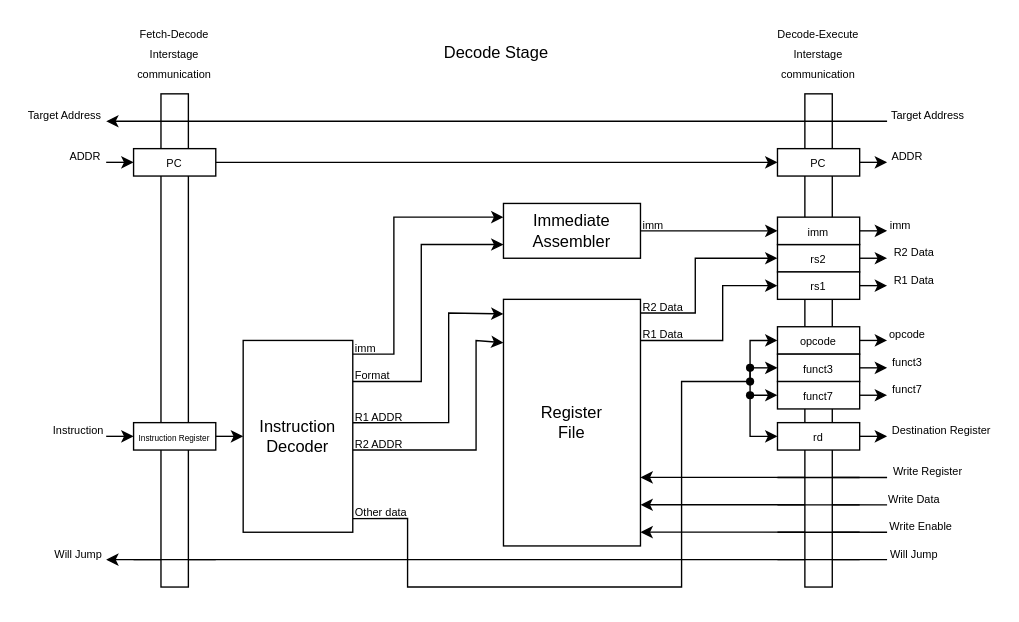
This is page "Decode stage" (3 of 6) of docs/imgs/microarchitecture/datapath.drawio from WachirawichN/C0-CPU, a draw.io file, before an edit. Source tidied: cells renumbered, new cells numbered last; positions are measured from the earlier drawing's top-left corner, leaving out a move shared by most shapes. Both pictures are drawn from the tidied source at 137%, with x=0, y=0 at pixel (23, 25).
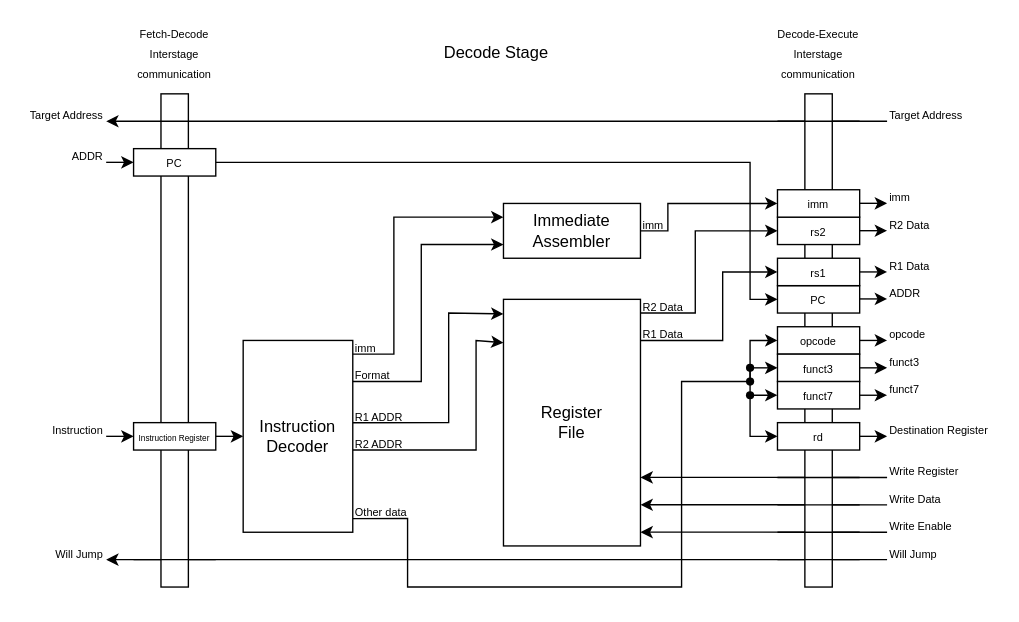
After the change.

The change refers to these unchanged cells:
```xml
<mxCell id="38" value="&lt;div&gt;Immediate&lt;/div&gt;&lt;div&gt;Assembler&lt;/div&gt;" style="rounded=0;whiteSpace=wrap;html=1;strokeColor=light-dark(#000000,#FFFFFF);fillColor=light-dark(#FFFFFF,#000000);" parent="1" vertex="1">
  <mxGeometry x="350" y="130" width="100" height="40" as="geometry" />
</mxCell>
<mxCell id="42" value="&lt;font style=&quot;font-size: 8px;&quot;&gt;R2 Data&lt;/font&gt;" style="text;html=1;whiteSpace=wrap;strokeColor=none;fillColor=none;align=left;verticalAlign=middle;rounded=0;" parent="1" vertex="1">
  <mxGeometry x="450" y="200" width="40" height="10" as="geometry" />
</mxCell>
<mxCell id="60" value="&lt;font style=&quot;font-size: 8px;&quot;&gt;PC&lt;/font&gt;" style="rounded=0;whiteSpace=wrap;html=1;strokeColor=light-dark(#000000,#FFFFFF);fillColor=light-dark(#FFFFFF,#000000);" parent="55" vertex="1">
  <mxGeometry x="10" y="90" width="60" height="20" as="geometry" />
</mxCell>
<mxCell id="63" style="group;" parent="1" vertex="1">
  <mxGeometry x="540" width="80" height="410" as="geometry" />
</mxCell>
```

What changed in the source:
```diff
@@
-    <mxCell id="8" style="endArrow=classic;html=1;rounded=0;entryX=0;entryY=0.5;entryDx=0;entryDy=0;exitX=0;exitY=1;exitDx=0;exitDy=0;" parent="1" edge="1" source="42" target="69">
+    <mxCell id="8" style="endArrow=classic;html=1;rounded=0;exitX=0;exitY=1;exitDx=0;exitDy=0;" parent="1" edge="1" source="42">
       <mxGeometry relative="1" as="geometry">
+        <mxPoint x="550" y="150" as="targetPoint" />
         <Array as="points">
           <mxPoint x="490" y="210" />
-          <mxPoint x="490" y="170" />
+          <mxPoint x="490" y="150" />
         </Array>
       </mxGeometry>
     </mxCell>
     <mxCell id="9" style="endArrow=classic;html=1;rounded=0;entryX=0;entryY=0.5;entryDx=0;entryDy=0;exitX=1;exitY=0.5;exitDx=0;exitDy=0;" parent="1" edge="1" source="38" target="70">
       <mxGeometry relative="1" as="geometry">
         <Array as="points">
           <mxPoint x="470" y="150" />
+          <mxPoint x="470" y="130" />
         </Array>
       </mxGeometry>
     </mxCell>
-    <mxCell id="10" style="edgeStyle=orthogonalEdgeStyle;rounded=0;jettySize=auto;html=1;entryX=0;entryY=0.5;entryDx=0;entryDy=0;exitX=1;exitY=0.5;exitDx=0;exitDy=0;" parent="1" edge="1" source="60" target="72">
-      <mxGeometry relative="1" as="geometry" />
+    <mxCell id="10" style="edgeStyle=orthogonalEdgeStyle;rounded=0;jettySize=auto;html=1;exitX=1;exitY=0.5;exitDx=0;exitDy=0;entryX=0;entryY=0.5;entryDx=0;entryDy=0;" parent="1" edge="1" source="60" target="72">
+      <mxGeometry relative="1" as="geometry">
+        <Array as="points">
+          <mxPoint x="530" y="100" />
+          <mxPoint x="530" y="200" />
+        </Array>
+      </mxGeometry>
     </mxCell>
@@
     <mxCell id="15" style="edgeStyle=orthogonalEdgeStyle;rounded=0;jettySize=auto;html=1;entryX=0;entryY=1;entryDx=0;entryDy=0;" parent="1" edge="1" target="22">
       <mxGeometry relative="1" as="geometry">
-        <mxPoint x="610" y="170" as="sourcePoint" />
+        <mxPoint x="610" y="149.9" as="sourcePoint" />
       </mxGeometry>
     </mxCell>
     <mxCell id="16" style="edgeStyle=orthogonalEdgeStyle;rounded=0;jettySize=auto;html=1;entryX=0;entryY=1;entryDx=0;entryDy=0;" parent="1" edge="1" target="21">
       <mxGeometry relative="1" as="geometry">
-        <mxPoint x="610" y="150" as="sourcePoint" />
+        <mxPoint x="610" y="129.9" as="sourcePoint" />
       </mxGeometry>
     </mxCell>
-    <mxCell id="17" value="&lt;font style=&quot;font-size: 8px;&quot;&gt;Target Address&lt;/font&gt;" style="text;html=1;whiteSpace=wrap;strokeColor=none;fillColor=none;align=center;verticalAlign=middle;rounded=0;" parent="1" vertex="1">
+    <mxCell id="17" value="&lt;font style=&quot;font-size: 8px;&quot;&gt;Target Address&lt;/font&gt;" style="text;html=1;whiteSpace=wrap;strokeColor=none;fillColor=none;align=left;verticalAlign=middle;rounded=0;" parent="1" vertex="1">
       <mxGeometry x="630" y="60" width="60" height="10" as="geometry" />
     </mxCell>
-    <mxCell id="18" value="&lt;font style=&quot;font-size: 8px;&quot;&gt;Write Register&lt;/font&gt;" style="text;html=1;whiteSpace=wrap;strokeColor=none;fillColor=none;align=center;verticalAlign=middle;rounded=0;" parent="1" vertex="1">
+    <mxCell id="18" value="&lt;font style=&quot;font-size: 8px;&quot;&gt;Write Register&lt;/font&gt;" style="text;html=1;whiteSpace=wrap;strokeColor=none;fillColor=none;align=left;verticalAlign=middle;rounded=0;" parent="1" vertex="1">
       <mxGeometry x="630" y="320" width="60" height="10" as="geometry" />
     </mxCell>
-    <mxCell id="19" value="&lt;font style=&quot;font-size: 8px;&quot;&gt;Write Data&lt;/font&gt;" style="text;html=1;whiteSpace=wrap;strokeColor=none;fillColor=none;align=center;verticalAlign=middle;rounded=0;" parent="1" vertex="1">
+    <mxCell id="19" value="&lt;font style=&quot;font-size: 8px;&quot;&gt;Write Data&lt;/font&gt;" style="text;html=1;whiteSpace=wrap;strokeColor=none;fillColor=none;align=left;verticalAlign=middle;rounded=0;" parent="1" vertex="1">
       <mxGeometry x="630" y="340" width="40" height="10" as="geometry" />
     </mxCell>
-    <mxCell id="20" value="&lt;font style=&quot;font-size: 8px;&quot;&gt;Write Enable&lt;/font&gt;" style="text;html=1;whiteSpace=wrap;strokeColor=none;fillColor=none;align=center;verticalAlign=middle;rounded=0;" parent="1" vertex="1">
+    <mxCell id="20" value="&lt;font style=&quot;font-size: 8px;&quot;&gt;Write Enable&lt;/font&gt;" style="text;html=1;whiteSpace=wrap;strokeColor=none;fillColor=none;align=left;verticalAlign=middle;rounded=0;" parent="1" vertex="1">
       <mxGeometry x="630" y="360" width="50" height="10" as="geometry" />
     </mxCell>
-    <mxCell id="21" value="&lt;font style=&quot;font-size: 8px;&quot;&gt;imm&lt;/font&gt;" style="text;html=1;whiteSpace=wrap;strokeColor=none;fillColor=none;align=center;verticalAlign=middle;rounded=0;" parent="1" vertex="1">
-      <mxGeometry x="630" y="140" width="20" height="10" as="geometry" />
+    <mxCell id="21" value="&lt;font style=&quot;font-size: 8px;&quot;&gt;imm&lt;/font&gt;" style="text;html=1;whiteSpace=wrap;strokeColor=none;fillColor=none;align=left;verticalAlign=middle;rounded=0;" parent="1" vertex="1">
+      <mxGeometry x="630" y="119.9" width="20" height="10" as="geometry" />
     </mxCell>
-    <mxCell id="22" value="&lt;font style=&quot;font-size: 8px;&quot;&gt;R2 Data&lt;/font&gt;" style="text;html=1;whiteSpace=wrap;strokeColor=none;fillColor=none;align=center;verticalAlign=middle;rounded=0;" parent="1" vertex="1">
-      <mxGeometry x="630" y="160" width="40" height="10" as="geometry" />
+    <mxCell id="22" value="&lt;font style=&quot;font-size: 8px;&quot;&gt;R2 Data&lt;/font&gt;" style="text;html=1;whiteSpace=wrap;strokeColor=none;fillColor=none;align=left;verticalAlign=middle;rounded=0;" parent="1" vertex="1">
+      <mxGeometry x="630" y="139.9" width="40" height="10" as="geometry" />
     </mxCell>
-    <mxCell id="23" value="&lt;font style=&quot;font-size: 8px;&quot;&gt;opcode&lt;/font&gt;" style="text;html=1;whiteSpace=wrap;strokeColor=none;fillColor=none;align=center;verticalAlign=middle;rounded=0;" parent="1" vertex="1">
+    <mxCell id="23" value="&lt;font style=&quot;font-size: 8px;&quot;&gt;opcode&lt;/font&gt;" style="text;html=1;whiteSpace=wrap;strokeColor=none;fillColor=none;align=left;verticalAlign=middle;rounded=0;" parent="1" vertex="1">
       <mxGeometry x="630" y="220" width="30" height="10" as="geometry" />
     </mxCell>
-    <mxCell id="24" value="&lt;font style=&quot;font-size: 8px;&quot;&gt;funct3&lt;/font&gt;" style="text;html=1;whiteSpace=wrap;strokeColor=none;fillColor=none;align=center;verticalAlign=middle;rounded=0;" parent="1" vertex="1">
+    <mxCell id="24" value="&lt;font style=&quot;font-size: 8px;&quot;&gt;funct3&lt;/font&gt;" style="text;html=1;whiteSpace=wrap;strokeColor=none;fillColor=none;align=left;verticalAlign=middle;rounded=0;" parent="1" vertex="1">
       <mxGeometry x="630" y="240" width="30" height="10" as="geometry" />
     </mxCell>
-    <mxCell id="25" value="&lt;font style=&quot;font-size: 8px;&quot;&gt;funct7&lt;/font&gt;" style="text;html=1;whiteSpace=wrap;strokeColor=none;fillColor=none;align=center;verticalAlign=middle;rounded=0;" parent="1" vertex="1">
+    <mxCell id="25" value="&lt;font style=&quot;font-size: 8px;&quot;&gt;funct7&lt;/font&gt;" style="text;html=1;whiteSpace=wrap;strokeColor=none;fillColor=none;align=left;verticalAlign=middle;rounded=0;" parent="1" vertex="1">
       <mxGeometry x="630" y="260" width="30" height="10" as="geometry" />
     </mxCell>
-    <mxCell id="26" value="&lt;font style=&quot;font-size: 8px;&quot;&gt;Destination Register&lt;/font&gt;" style="text;html=1;whiteSpace=wrap;strokeColor=none;fillColor=none;align=center;verticalAlign=middle;rounded=0;" parent="1" vertex="1">
+    <mxCell id="26" value="&lt;font style=&quot;font-size: 8px;&quot;&gt;Destination Register&lt;/font&gt;" style="text;html=1;whiteSpace=wrap;strokeColor=none;fillColor=none;align=left;verticalAlign=middle;rounded=0;" parent="1" vertex="1">
       <mxGeometry x="630" y="290" width="80" height="10" as="geometry" />
     </mxCell>
@@
-    <mxCell id="28" value="&lt;font style=&quot;font-size: 8px;&quot;&gt;Instruction&lt;/font&gt;" style="text;html=1;whiteSpace=wrap;strokeColor=none;fillColor=none;align=center;verticalAlign=middle;rounded=0;" parent="1" vertex="1">
+    <mxCell id="28" value="&lt;font style=&quot;font-size: 8px;&quot;&gt;Instruction&lt;/font&gt;" style="text;html=1;whiteSpace=wrap;strokeColor=none;fillColor=none;align=right;verticalAlign=middle;rounded=0;" parent="1" vertex="1">
       <mxGeometry x="20" y="290" width="40" height="10" as="geometry" />
     </mxCell>
-    <mxCell id="29" value="&lt;font style=&quot;font-size: 8px;&quot;&gt;Target Address&lt;/font&gt;" style="text;html=1;whiteSpace=wrap;strokeColor=none;fillColor=none;align=center;verticalAlign=middle;rounded=0;" parent="1" vertex="1">
+    <mxCell id="29" value="&lt;font style=&quot;font-size: 8px;&quot;&gt;Target Address&lt;/font&gt;" style="text;html=1;whiteSpace=wrap;strokeColor=none;fillColor=none;align=right;verticalAlign=middle;rounded=0;" parent="1" vertex="1">
       <mxGeometry y="60" width="60" height="10" as="geometry" />
     </mxCell>
@@
     <mxCell id="43" style="endArrow=classic;html=1;rounded=0;entryX=0;entryY=0.5;entryDx=0;entryDy=0;exitX=0;exitY=0;exitDx=0;exitDy=0;" parent="1" edge="1" target="73">
       <mxGeometry relative="1" as="geometry">
         <mxPoint x="450" y="230" as="sourcePoint" />
         <Array as="points">
           <mxPoint x="510" y="230" />
-          <mxPoint x="510" y="190" />
+          <mxPoint x="510" y="180" />
         </Array>
       </mxGeometry>
     </mxCell>
     <mxCell id="44" style="edgeStyle=orthogonalEdgeStyle;rounded=0;jettySize=auto;html=1;entryX=0;entryY=1;entryDx=0;entryDy=0;" parent="1" edge="1" target="45">
       <mxGeometry relative="1" as="geometry">
-        <mxPoint x="610" y="100" as="sourcePoint" />
+        <mxPoint x="610" y="199.7" as="sourcePoint" />
       </mxGeometry>
     </mxCell>
-    <mxCell id="45" value="&lt;font style=&quot;font-size: 8px;&quot;&gt;ADDR&lt;/font&gt;" style="text;html=1;whiteSpace=wrap;strokeColor=none;fillColor=none;align=center;verticalAlign=middle;rounded=0;" parent="1" vertex="1">
-      <mxGeometry x="630" y="90" width="30" height="10" as="geometry" />
+    <mxCell id="45" value="&lt;font style=&quot;font-size: 8px;&quot;&gt;ADDR&lt;/font&gt;" style="text;html=1;whiteSpace=wrap;strokeColor=none;fillColor=none;align=left;verticalAlign=middle;rounded=0;" parent="1" vertex="1">
+      <mxGeometry x="630" y="189.7" width="30" height="10" as="geometry" />
     </mxCell>
     <mxCell id="46" style="edgeStyle=orthogonalEdgeStyle;rounded=0;jettySize=auto;html=1;entryX=0;entryY=1;entryDx=0;entryDy=0;" parent="1" edge="1" target="47">
       <mxGeometry relative="1" as="geometry">
-        <mxPoint x="610" y="190" as="sourcePoint" />
+        <mxPoint x="610" y="180" as="sourcePoint" />
       </mxGeometry>
     </mxCell>
-    <mxCell id="47" value="&lt;font style=&quot;font-size: 8px;&quot;&gt;R1 Data&lt;/font&gt;" style="text;html=1;whiteSpace=wrap;strokeColor=none;fillColor=none;align=center;verticalAlign=middle;rounded=0;" parent="1" vertex="1">
-      <mxGeometry x="630" y="180" width="40" height="10" as="geometry" />
+    <mxCell id="47" value="&lt;font style=&quot;font-size: 8px;&quot;&gt;R1 Data&lt;/font&gt;" style="text;html=1;whiteSpace=wrap;strokeColor=none;fillColor=none;align=left;verticalAlign=middle;rounded=0;" parent="1" vertex="1">
+      <mxGeometry x="630" y="170" width="40" height="10" as="geometry" />
     </mxCell>
@@
-    <mxCell id="51" value="&lt;font style=&quot;font-size: 8px;&quot;&gt;Will Jump&lt;/font&gt;" style="text;html=1;whiteSpace=wrap;strokeColor=none;fillColor=none;align=center;verticalAlign=middle;rounded=0;" parent="1" vertex="1">
+    <mxCell id="51" value="&lt;font style=&quot;font-size: 8px;&quot;&gt;Will Jump&lt;/font&gt;" style="text;html=1;whiteSpace=wrap;strokeColor=none;fillColor=none;align=left;verticalAlign=middle;rounded=0;" parent="1" vertex="1">
       <mxGeometry x="630" y="380" width="40" height="10" as="geometry" />
     </mxCell>
-    <mxCell id="52" value="&lt;font style=&quot;font-size: 8px;&quot;&gt;Will Jump&lt;/font&gt;" style="text;html=1;whiteSpace=wrap;strokeColor=none;fillColor=none;align=center;verticalAlign=middle;rounded=0;" parent="1" vertex="1">
+    <mxCell id="52" value="&lt;font style=&quot;font-size: 8px;&quot;&gt;Will Jump&lt;/font&gt;" style="text;html=1;whiteSpace=wrap;strokeColor=none;fillColor=none;align=right;verticalAlign=middle;rounded=0;" parent="1" vertex="1">
       <mxGeometry x="20" y="380" width="40" height="10" as="geometry" />
     </mxCell>
@@
-    <mxCell id="62" value="&lt;font style=&quot;font-size: 8px;&quot;&gt;ADDR&lt;/font&gt;" style="text;html=1;whiteSpace=wrap;strokeColor=none;fillColor=none;align=center;verticalAlign=middle;rounded=0;" parent="1" vertex="1">
+    <mxCell id="62" value="&lt;font style=&quot;font-size: 8px;&quot;&gt;ADDR&lt;/font&gt;" style="text;html=1;whiteSpace=wrap;strokeColor=none;fillColor=none;align=right;verticalAlign=middle;rounded=0;" parent="1" vertex="1">
       <mxGeometry x="30" y="90" width="30" height="10" as="geometry" />
     </mxCell>
+    <mxCell id="78" style="edgeStyle=orthogonalEdgeStyle;rounded=0;orthogonalLoop=1;jettySize=auto;html=1;" parent="1" edge="1">
+      <mxGeometry relative="1" as="geometry">
+        <mxPoint x="630" y="70" as="sourcePoint" />
+        <mxPoint x="60" y="70" as="targetPoint" />
+      </mxGeometry>
+    </mxCell>
+    <mxCell id="79" style="endArrow=none;html=1;rounded=0;" parent="1" edge="1">
+      <mxGeometry relative="1" as="geometry">
+        <mxPoint x="80" y="390" as="sourcePoint" />
+        <mxPoint x="140" y="390" as="targetPoint" />
+      </mxGeometry>
+    </mxCell>
+    <mxCell id="80" style="shape=waypoint;sketch=0;fillStyle=solid;size=6;fillColor=none;perimeter=centerPerimeter;" parent="1" vertex="1">
+      <mxGeometry x="520" y="250" width="20" height="20" as="geometry" />
+    </mxCell>
+    <mxCell id="81" style="shape=waypoint;sketch=0;fillStyle=solid;size=6;fillColor=none;perimeter=centerPerimeter;" parent="1" vertex="1">
+      <mxGeometry x="520" y="260" width="20" height="20" as="geometry" />
+    </mxCell>
+    <mxCell id="82" style="shape=waypoint;sketch=0;fillStyle=solid;size=6;fillColor=none;perimeter=centerPerimeter;" parent="1" vertex="1">
+      <mxGeometry x="520" y="240" width="20" height="20" as="geometry" />
+    </mxCell>
@@
+    <mxCell id="71" value="&lt;span style=&quot;font-size: 8px;&quot;&gt;Decode-Execute Interstage communication&lt;/span&gt;" style="text;html=1;whiteSpace=wrap;strokeColor=none;fillColor=none;align=center;verticalAlign=middle;rounded=0;" parent="63" vertex="1">
+      <mxGeometry width="80" height="40" as="geometry" />
+    </mxCell>
+    <mxCell id="83" style="endArrow=none;html=1;rounded=0;" parent="63" edge="1">
+      <mxGeometry relative="1" as="geometry">
+        <mxPoint x="10" y="330" as="sourcePoint" />
+        <mxPoint x="70" y="330" as="targetPoint" />
+      </mxGeometry>
+    </mxCell>
+    <mxCell id="84" style="endArrow=none;html=1;rounded=0;" parent="63" edge="1">
+      <mxGeometry relative="1" as="geometry">
+        <mxPoint x="10" y="350" as="sourcePoint" />
+        <mxPoint x="70" y="350" as="targetPoint" />
+      </mxGeometry>
+    </mxCell>
+    <mxCell id="85" style="endArrow=none;html=1;rounded=0;" parent="63" edge="1">
+      <mxGeometry relative="1" as="geometry">
+        <mxPoint x="10" y="370" as="sourcePoint" />
+        <mxPoint x="70" y="370" as="targetPoint" />
+      </mxGeometry>
+    </mxCell>
+    <mxCell id="86" style="endArrow=none;html=1;rounded=0;" parent="63" edge="1">
+      <mxGeometry relative="1" as="geometry">
+        <mxPoint x="10" y="390" as="sourcePoint" />
+        <mxPoint x="70" y="390" as="targetPoint" />
+      </mxGeometry>
+    </mxCell>
+    <mxCell id="87" style="endArrow=none;html=1;rounded=0;" parent="63" edge="1">
+      <mxGeometry relative="1" as="geometry">
+        <mxPoint x="10" y="70" as="sourcePoint" />
+        <mxPoint x="70" y="70" as="targetPoint" />
+      </mxGeometry>
+    </mxCell>
+    <mxCell id="72" value="&lt;font style=&quot;font-size: 8px;&quot;&gt;PC&lt;/font&gt;" style="rounded=0;whiteSpace=wrap;html=1;strokeColor=light-dark(#000000,#FFFFFF);fillColor=light-dark(#FFFFFF,#000000);" parent="63" vertex="1">
+      <mxGeometry x="10" y="190" width="60" height="20" as="geometry" />
+    </mxCell>
+    <mxCell id="73" value="&lt;font style=&quot;font-size: 8px;&quot;&gt;rs1&lt;/font&gt;" style="rounded=0;whiteSpace=wrap;html=1;strokeColor=light-dark(#000000,#FFFFFF);fillColor=light-dark(#FFFFFF,#000000);" parent="63" vertex="1">
+      <mxGeometry x="10" y="170" width="60" height="20" as="geometry" />
+    </mxCell>
     <mxCell id="69" value="&lt;font style=&quot;font-size: 8px;&quot;&gt;rs2&lt;/font&gt;" style="rounded=0;whiteSpace=wrap;html=1;strokeColor=light-dark(#000000,#FFFFFF);fillColor=light-dark(#FFFFFF,#000000);" parent="63" vertex="1">
-      <mxGeometry x="10" y="160" width="60" height="20" as="geometry" />
+      <mxGeometry x="10" y="140" width="60" height="20" as="geometry" />
     </mxCell>
     <mxCell id="70" value="&lt;font style=&quot;font-size: 8px;&quot;&gt;imm&lt;/font&gt;" style="rounded=0;whiteSpace=wrap;html=1;strokeColor=light-dark(#000000,#FFFFFF);fillColor=light-dark(#FFFFFF,#000000);" parent="63" vertex="1">
-      <mxGeometry x="10" y="140" width="60" height="20" as="geometry" />
+      <mxGeometry x="10" y="120" width="60" height="20" as="geometry" />
     </mxCell>
-    <mxCell id="71" value="&lt;span style=&quot;font-size: 8px;&quot;&gt;Decode-Execute Interstage communication&lt;/span&gt;" style="text;html=1;whiteSpace=wrap;strokeColor=none;fillColor=none;align=center;verticalAlign=middle;rounded=0;" parent="63" vertex="1">
-      <mxGeometry width="80" height="40" as="geometry" />
-    </mxCell>
-    <mxCell id="72" value="&lt;font style=&quot;font-size: 8px;&quot;&gt;PC&lt;/font&gt;" style="rounded=0;whiteSpace=wrap;html=1;strokeColor=light-dark(#000000,#FFFFFF);fillColor=light-dark(#FFFFFF,#000000);" parent="63" vertex="1">
-      <mxGeometry x="10" y="90" width="60" height="20" as="geometry" />
-    </mxCell>
-    <mxCell id="73" value="&lt;font style=&quot;font-size: 8px;&quot;&gt;rs1&lt;/font&gt;" style="rounded=0;whiteSpace=wrap;html=1;strokeColor=light-dark(#000000,#FFFFFF);fillColor=light-dark(#FFFFFF,#000000);" parent="63" vertex="1">
-      <mxGeometry x="10" y="180" width="60" height="20" as="geometry" />
-    </mxCell>
-    <mxCell id="74" style="endArrow=none;html=1;rounded=0;" parent="63" edge="1">
-      <mxGeometry relative="1" as="geometry">
-        <mxPoint x="10" y="330" as="sourcePoint" />
-        <mxPoint x="70" y="330" as="targetPoint" />
-      </mxGeometry>
-    </mxCell>
-    <mxCell id="75" style="endArrow=none;html=1;rounded=0;" parent="63" edge="1">
-      <mxGeometry relative="1" as="geometry">
-        <mxPoint x="10" y="350" as="sourcePoint" />
-        <mxPoint x="70" y="350" as="targetPoint" />
-      </mxGeometry>
-    </mxCell>
-    <mxCell id="76" style="endArrow=none;html=1;rounded=0;" parent="63" edge="1">
-      <mxGeometry relative="1" as="geometry">
-        <mxPoint x="10" y="370" as="sourcePoint" />
-        <mxPoint x="70" y="370" as="targetPoint" />
-      </mxGeometry>
-    </mxCell>
-    <mxCell id="77" style="endArrow=none;html=1;rounded=0;" parent="63" edge="1">
-      <mxGeometry relative="1" as="geometry">
-        <mxPoint x="10" y="390" as="sourcePoint" />
-        <mxPoint x="70" y="390" as="targetPoint" />
-      </mxGeometry>
-    </mxCell>
-    <mxCell id="78" style="edgeStyle=orthogonalEdgeStyle;rounded=0;orthogonalLoop=1;jettySize=auto;html=1;" parent="1" edge="1">
-      <mxGeometry relative="1" as="geometry">
-        <mxPoint x="630" y="70" as="sourcePoint" />
-        <mxPoint x="60" y="70" as="targetPoint" />
-      </mxGeometry>
-    </mxCell>
-    <mxCell id="79" style="endArrow=none;html=1;rounded=0;" parent="1" edge="1">
-      <mxGeometry relative="1" as="geometry">
-        <mxPoint x="80" y="390" as="sourcePoint" />
-        <mxPoint x="140" y="390" as="targetPoint" />
-      </mxGeometry>
-    </mxCell>
-    <mxCell id="80" style="shape=waypoint;sketch=0;fillStyle=solid;size=6;fillColor=none;perimeter=centerPerimeter;" parent="1" vertex="1">
-      <mxGeometry x="520" y="250" width="20" height="20" as="geometry" />
-    </mxCell>
-    <mxCell id="81" style="shape=waypoint;sketch=0;fillStyle=solid;size=6;fillColor=none;perimeter=centerPerimeter;" parent="1" vertex="1">
-      <mxGeometry x="520" y="260" width="20" height="20" as="geometry" />
-    </mxCell>
-    <mxCell id="82" style="shape=waypoint;sketch=0;fillStyle=solid;size=6;fillColor=none;perimeter=centerPerimeter;" parent="1" vertex="1">
-      <mxGeometry x="520" y="240" width="20" height="20" as="geometry" />
-    </mxCell>
```
